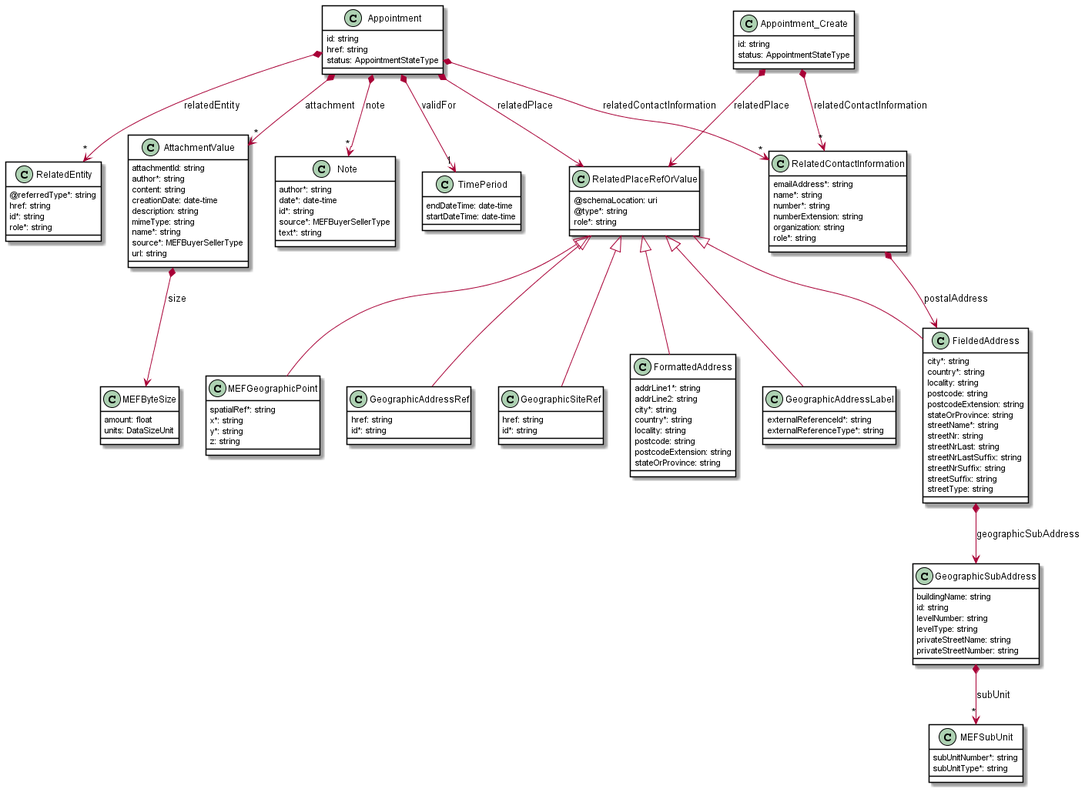
The PlantUML diagram documentation/productApi/workforce/media/useCase8Model.png in MEF-GIT/MEF-LSO-Sonata-SDK, before a commit.
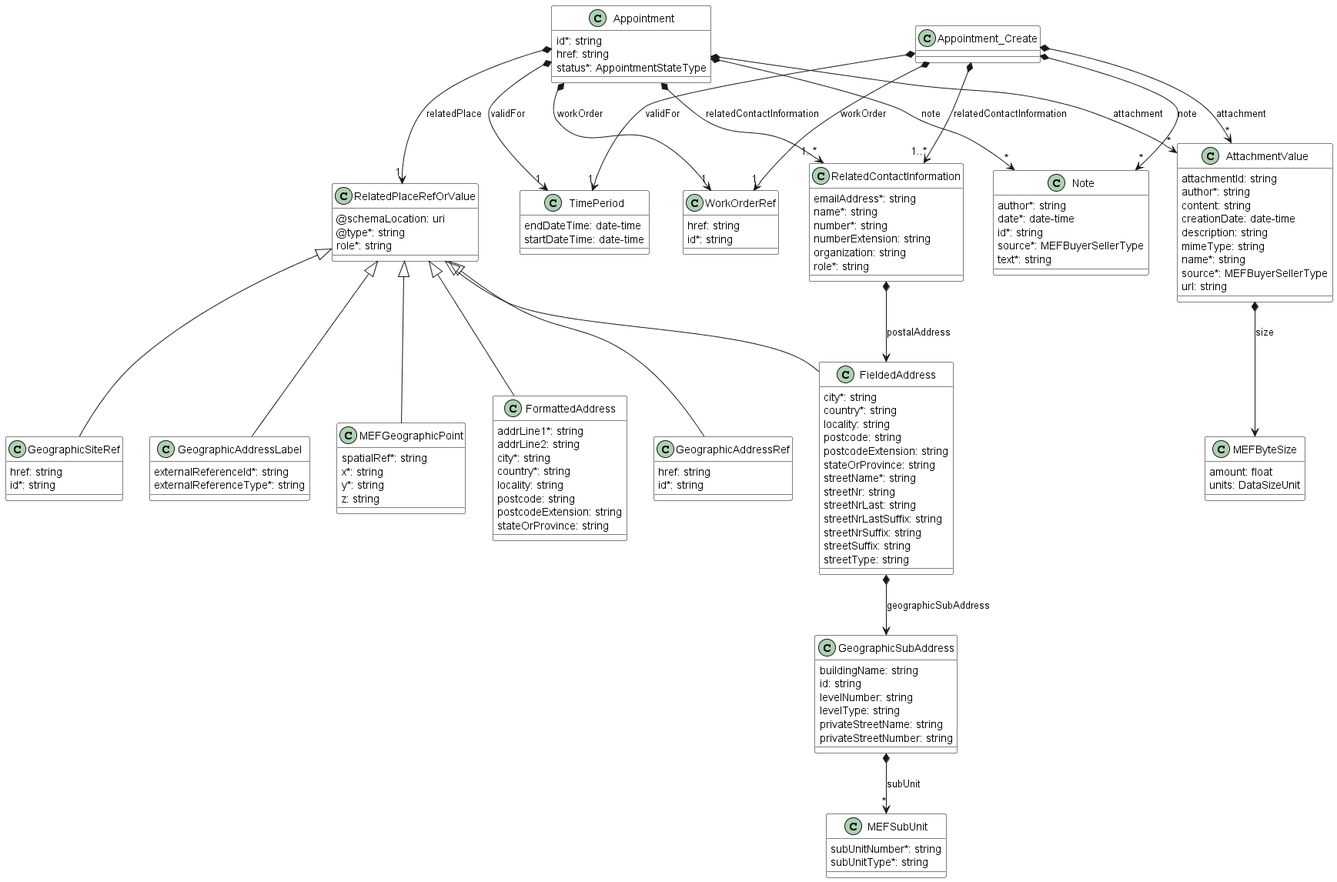
After the change.

Change to the diagram source:
```diff
@@ -6,29 +6,29 @@
 
 class Appointment {
 
-    id: string
+    id*: string
     href: string
-    status: AppointmentStateType
+    status*: AppointmentStateType
 }
 
 Appointment *-->"*" AttachmentValue : attachment
 Appointment *-->"*" Note : note
-Appointment *-->"*" RelatedEntity : relatedEntity
-Appointment *--> RelatedPlaceRefOrValue : relatedPlace
+Appointment *-->"1" RelatedPlaceRefOrValue : relatedPlace
 Appointment *-->"1" TimePeriod : validFor
-Appointment *-->"*" RelatedContactInformation : relatedContactInformation
+Appointment *-->"1..*" RelatedContactInformation : relatedContactInformation
+Appointment *-->"1" WorkOrderRef : workOrder
 
 
 class Appointment_Create {
 
-    id: string
-    status: AppointmentStateType
 }
 
-Appointment_Create *--> RelatedPlaceRefOrValue : relatedPlace
-Appointment_Create *-->"*" RelatedContactInformation : relatedContactInformation
 
-
+Appointment_Create *-->"*" AttachmentValue : attachment
+Appointment_Create *-->"*" Note : note
+Appointment_Create *-->"1..*" RelatedContactInformation : relatedContactInformation
+Appointment_Create *-->"1" TimePeriod : validFor
+Appointment_Create *-->"1" WorkOrderRef : workOrder
 
 
 class AttachmentValue {
@@ -160,17 +160,6 @@
 
 RelatedContactInformation *--> FieldedAddress : postalAddress
 
-
-class RelatedEntity {
-
-    @referredType*: string
-    href: string
-    id*: string
-    role*: string
-}
-
-
-
 class RelatedPlaceRefOrValue {
 
     @schemaLocation: uri
@@ -193,5 +182,11 @@
 }
 RelatedPlaceRefOrValue <|-- MEFGeographicPoint
 
+class WorkOrderRef {
+
+    href: string
+    id*: string
+}
+
 
 @enduml
```
